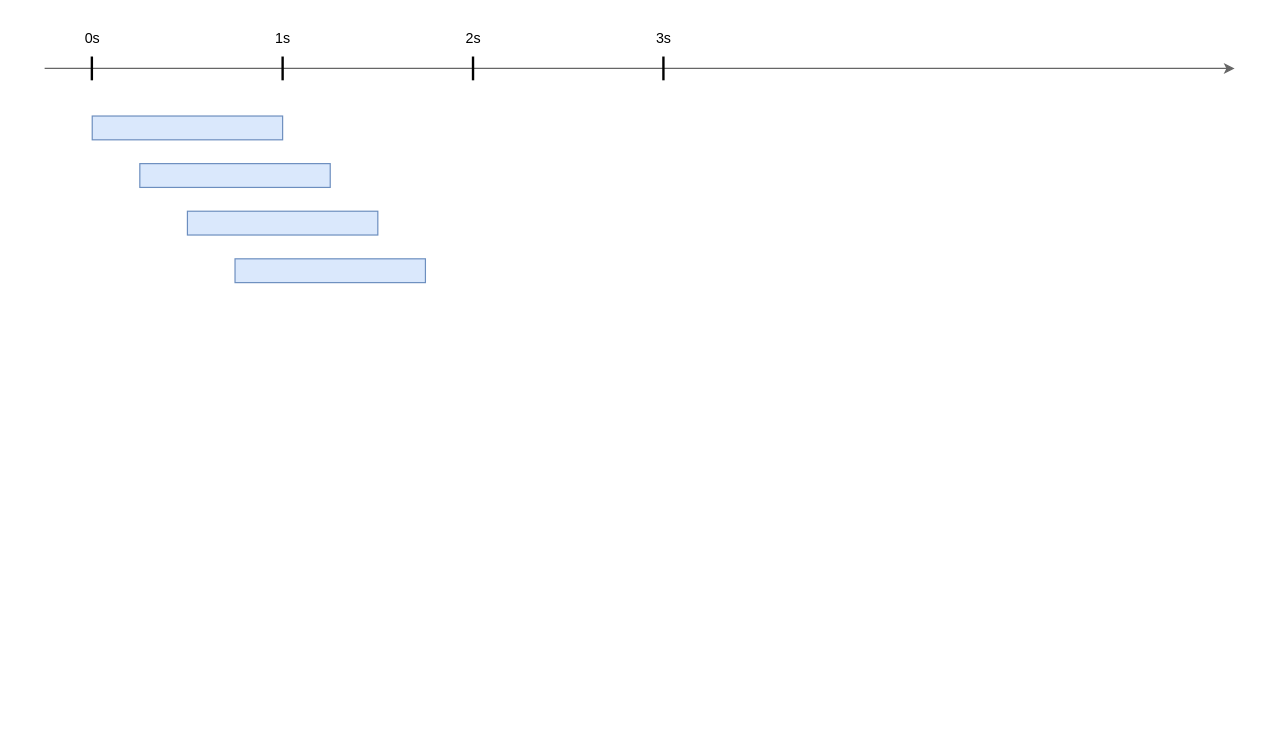
Before: page "ページ3" (3 of 3) of docs/architecture.drawio in ContentsViewer/cloud-music-box, a draw.io diagram. Source tidied: cells renumbered, new cells numbered last; positions are measured from the earlier drawing's top-left corner, leaving out a move shared by most shapes. Both pictures are drawn from the tidied source at 119%, with x=0, y=0 at pixel (44, 20).
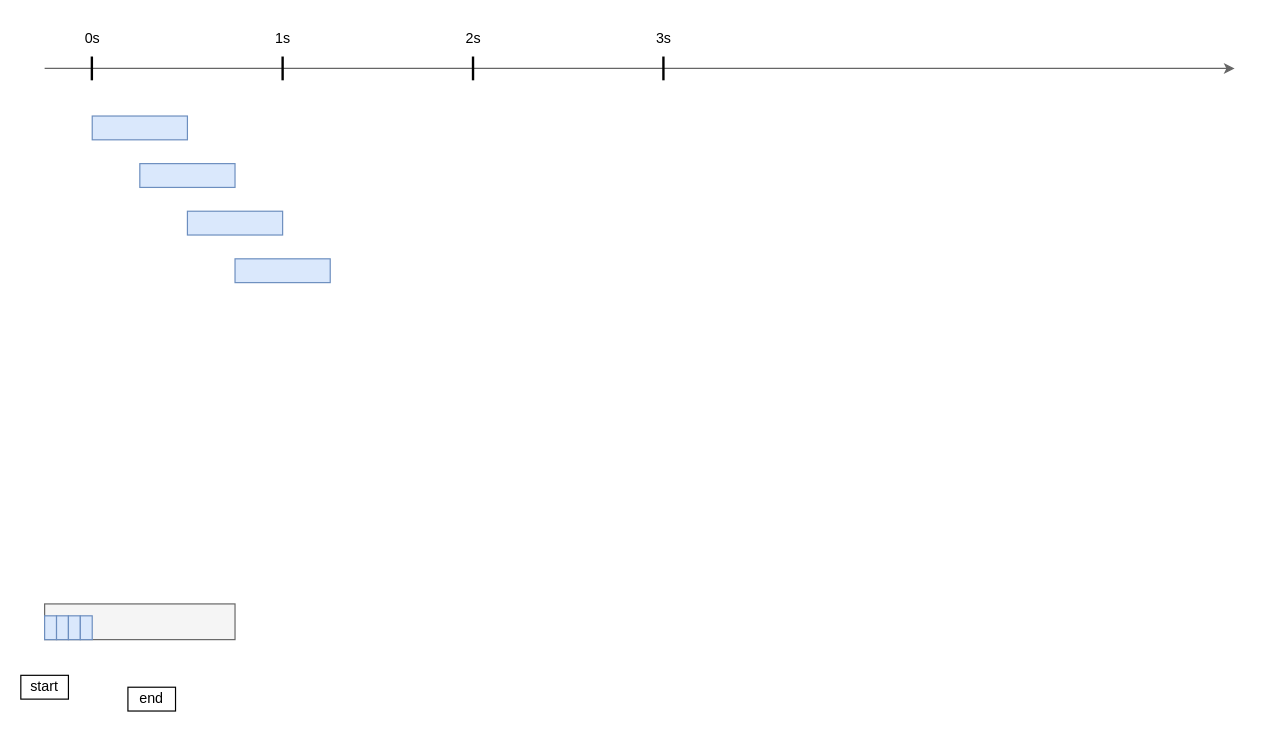
The same page after the edit.

What changed in the source:
```diff
@@
+    <mxCell id="15" style="rounded=0;whiteSpace=wrap;html=1;fillColor=#f5f5f5;fontColor=#333333;strokeColor=#666666;" parent="1" vertex="1">
+      <mxGeometry y="490" width="160" height="30" as="geometry" />
+    </mxCell>
     <mxCell id="2" style="rounded=0;whiteSpace=wrap;html=1;fillColor=#dae8fc;strokeColor=#6c8ebf;" parent="1" vertex="1">
-      <mxGeometry x="40" y="80" width="160" height="20" as="geometry" />
+      <mxGeometry x="40" y="80" width="80" height="20" as="geometry" />
     </mxCell>
@@
     <mxCell id="12" style="rounded=0;whiteSpace=wrap;html=1;fillColor=#dae8fc;strokeColor=#6c8ebf;" parent="1" vertex="1">
-      <mxGeometry x="80" y="120" width="160" height="20" as="geometry" />
+      <mxGeometry x="80" y="120" width="80" height="20" as="geometry" />
     </mxCell>
     <mxCell id="13" style="rounded=0;whiteSpace=wrap;html=1;fillColor=#dae8fc;strokeColor=#6c8ebf;" parent="1" vertex="1">
-      <mxGeometry x="120" y="160" width="160" height="20" as="geometry" />
+      <mxGeometry x="120" y="160" width="80" height="20" as="geometry" />
     </mxCell>
     <mxCell id="14" style="rounded=0;whiteSpace=wrap;html=1;fillColor=#dae8fc;strokeColor=#6c8ebf;" parent="1" vertex="1">
-      <mxGeometry x="160" y="200" width="160" height="20" as="geometry" />
+      <mxGeometry x="160" y="200" width="80" height="20" as="geometry" />
     </mxCell>
+    <mxCell id="16" style="rounded=0;whiteSpace=wrap;html=1;fillColor=#dae8fc;strokeColor=#6c8ebf;" parent="1" vertex="1">
+      <mxGeometry y="500" width="10" height="20" as="geometry" />
+    </mxCell>
+    <mxCell id="17" style="rounded=0;whiteSpace=wrap;html=1;fillColor=#dae8fc;strokeColor=#6c8ebf;" parent="1" vertex="1">
+      <mxGeometry x="10" y="500" width="10" height="20" as="geometry" />
+    </mxCell>
+    <mxCell id="18" style="rounded=0;whiteSpace=wrap;html=1;fillColor=#dae8fc;strokeColor=#6c8ebf;" parent="1" vertex="1">
+      <mxGeometry x="20" y="500" width="10" height="20" as="geometry" />
+    </mxCell>
+    <mxCell id="19" style="rounded=0;whiteSpace=wrap;html=1;fillColor=#dae8fc;strokeColor=#6c8ebf;" parent="1" vertex="1">
+      <mxGeometry x="30" y="500" width="10" height="20" as="geometry" />
+    </mxCell>
+    <mxCell id="20" value="start" style="rounded=0;whiteSpace=wrap;html=1;" parent="1" vertex="1">
+      <mxGeometry x="-20" y="550" width="40" height="20" as="geometry" />
+    </mxCell>
+    <mxCell id="21" value="end" style="rounded=0;whiteSpace=wrap;html=1;" parent="1" vertex="1">
+      <mxGeometry x="70" y="560" width="40" height="20" as="geometry" />
+    </mxCell>
```
